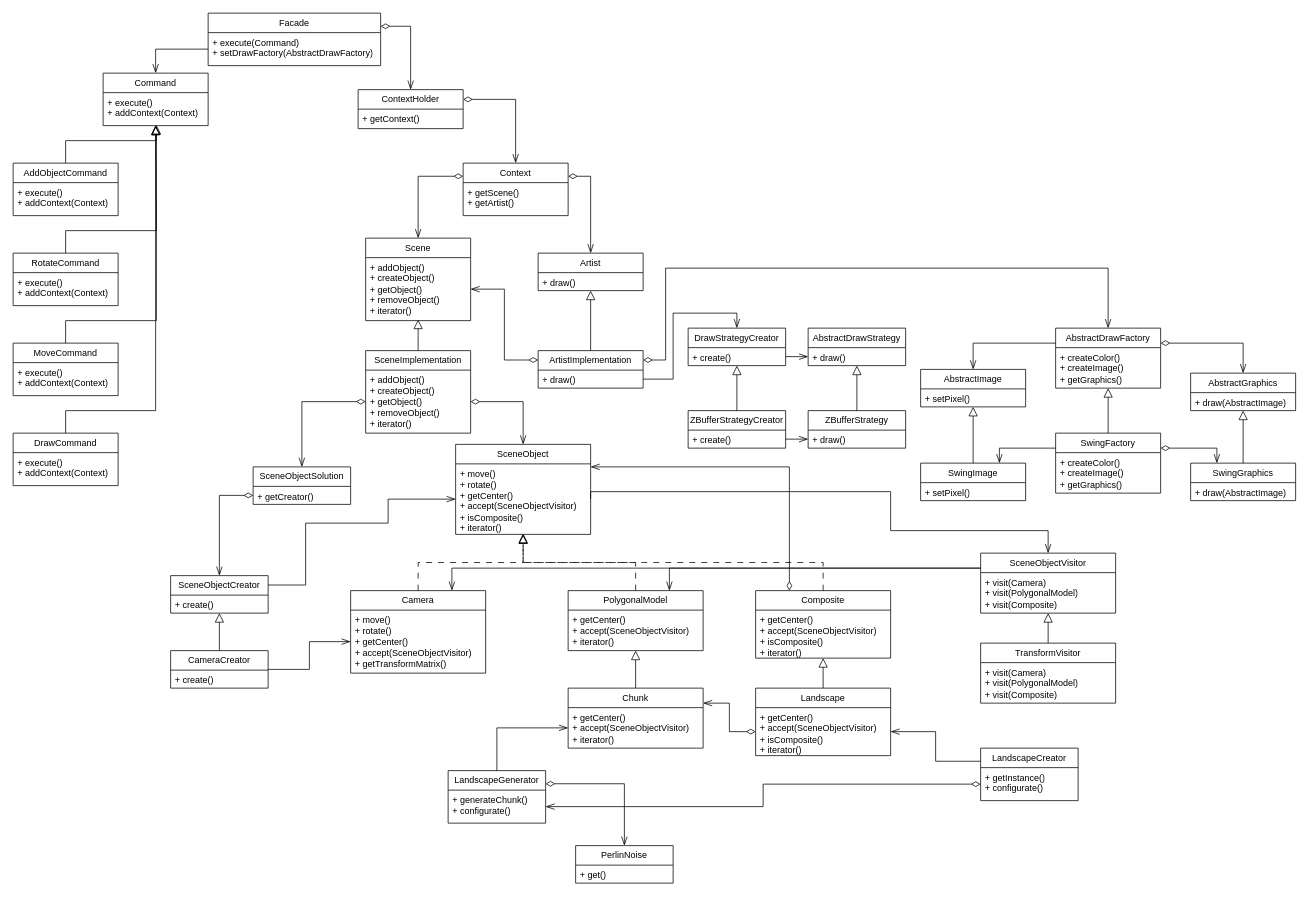
Earlier version of the draw.io diagram uml/diagram.drawio (N1ckBaran0v/cg-coursework). Source tidied: cells renumbered, new cells numbered last; positions are measured from the earlier drawing's top-left corner, leaving out a move shared by most shapes. Both pictures are drawn from the tidied source at 75%, with x=0, y=0 at pixel (13, 13).
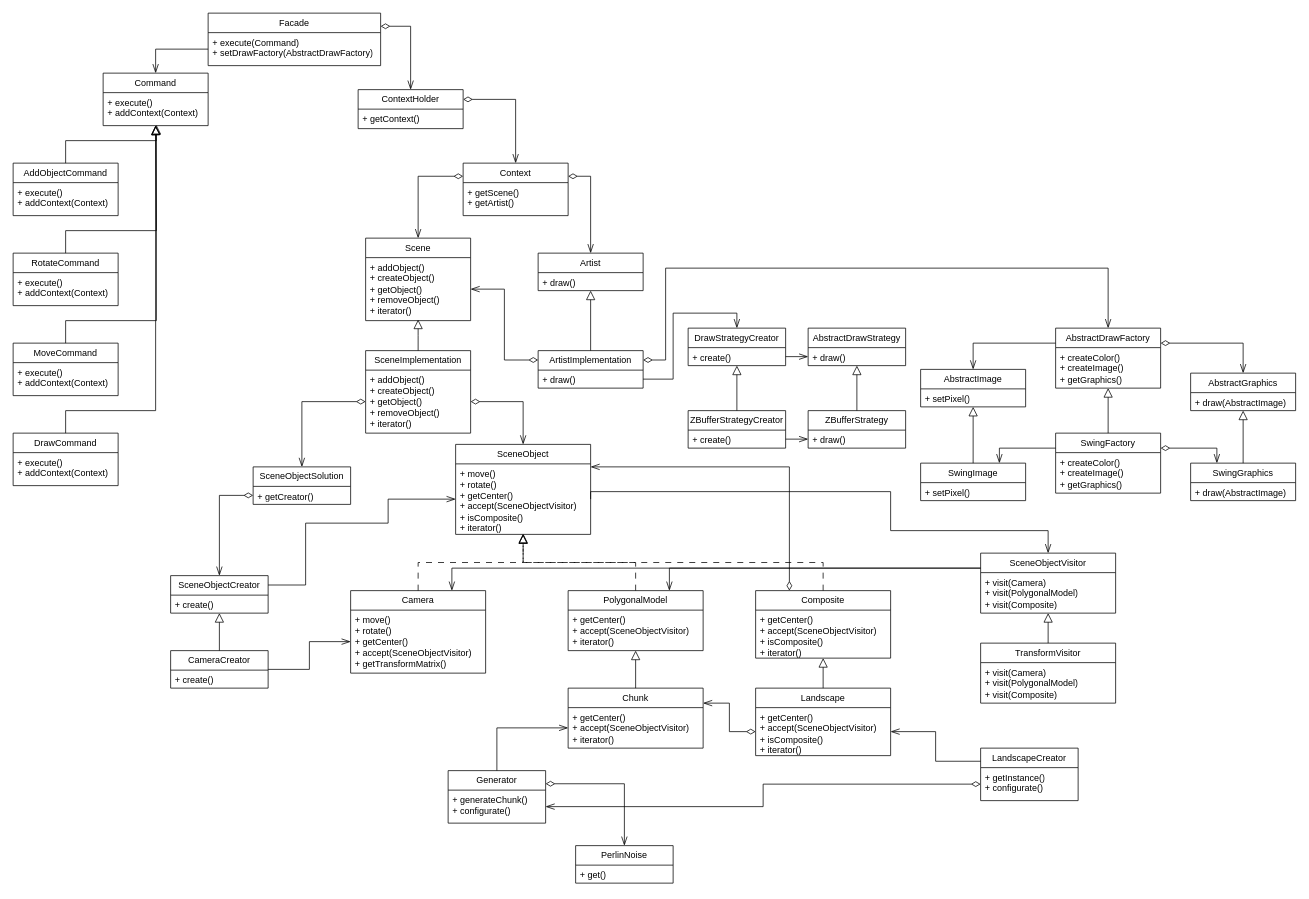
The same page after the edit.

Diff of the diagram source:
```diff
@@
-    <mxCell id="115" value="LandscapeGenerator" style="swimlane;fontStyle=0;horizontal=1;startSize=26;fillColor=none;whiteSpace=wrap;html=1;" parent="1" vertex="1">
+    <mxCell id="115" value="Generator" style="swimlane;fontStyle=0;horizontal=1;startSize=26;fillColor=none;whiteSpace=wrap;html=1;" parent="1" vertex="1">
       <mxGeometry x="580" y="1010" width="130" height="70" as="geometry" />
     </mxCell>
```
